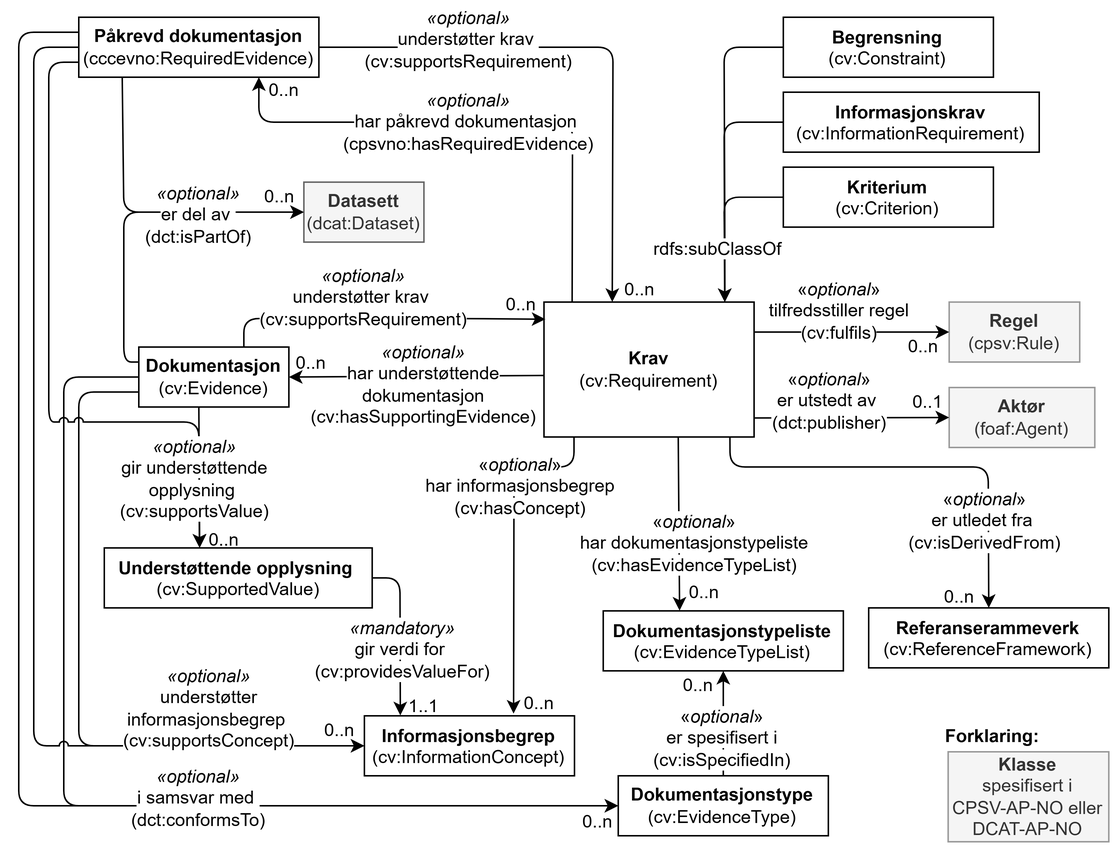
Above: docs/images/CCCEV-AP-NO-klasser.png in Informasjonsforvaltning/cccev-ap-no (draw.io), before the change. Source tidied: cells renumbered, new cells last; positions are measured from the earlier drawing's top-left corner, leaving out a move shared by most shapes.
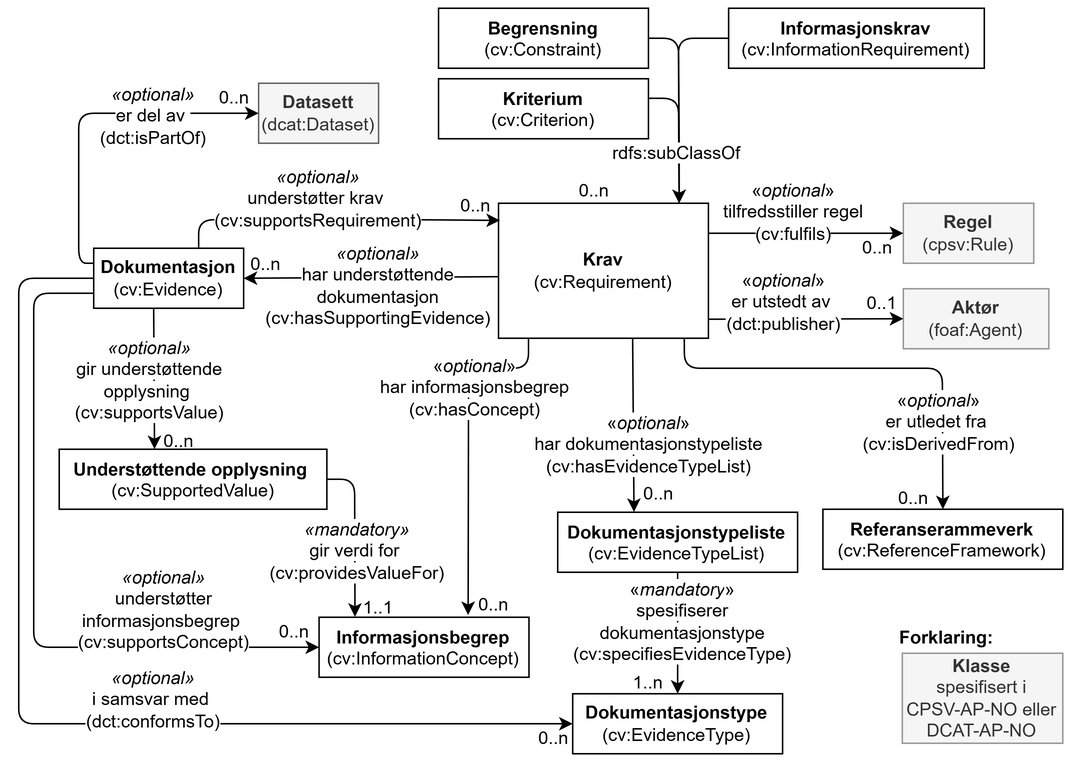
After the commit.

What changed in the source:
```diff
@@ -6,16 +6,16 @@
       <mxGeometry x="350" y="190" width="140" height="90" as="geometry" />
     </mxCell>
     <mxCell id="3" value="&lt;b&gt;Begrensning&lt;/b&gt;&lt;br style=&quot;border-color: rgb(218, 218, 218);&quot;&gt;(cv:Constraint)" style="rounded=0;whiteSpace=wrap;html=1;verticalAlign=top;fontFamily=Helvetica;fontSize=12;fillColor=none;" parent="1" vertex="1">
-      <mxGeometry x="509.5" width="140" height="40" as="geometry" />
+      <mxGeometry x="310" y="60" width="140" height="40" as="geometry" />
     </mxCell>
     <mxCell id="4" value="&lt;b style=&quot;border-color: rgb(218, 218, 218);&quot;&gt;Informasjonsbegrep&lt;/b&gt;&lt;br style=&quot;border-color: rgb(218, 218, 218);&quot;&gt;(cv:InformationConcept)" style="rounded=0;whiteSpace=wrap;html=1;verticalAlign=top;fontFamily=Helvetica;fontSize=12;fillColor=none;" parent="1" vertex="1">
       <mxGeometry x="230.3" y="466" width="140" height="40" as="geometry" />
     </mxCell>
     <mxCell id="5" value="&lt;b style=&quot;border-color: rgb(218, 218, 218);&quot;&gt;Informasjonskrav&lt;/b&gt;&lt;br style=&quot;border-color: rgb(218, 218, 218);&quot;&gt;(cv:InformationRequirement)" style="rounded=0;whiteSpace=wrap;html=1;verticalAlign=top;fontFamily=Helvetica;fontSize=12;fillColor=none;" parent="1" vertex="1">
-      <mxGeometry x="509.5" y="50" width="170.5" height="40" as="geometry" />
+      <mxGeometry x="503.5" y="60" width="170.5" height="40" as="geometry" />
     </mxCell>
     <mxCell id="6" value="&lt;b style=&quot;border-color: rgb(218, 218, 218);&quot;&gt;Kriterium&lt;/b&gt;&lt;br style=&quot;border-color: rgb(218, 218, 218);&quot;&gt;(cv:Criterion)" style="rounded=0;whiteSpace=wrap;html=1;verticalAlign=top;fontFamily=Helvetica;fontSize=12;fillColor=none;" parent="1" vertex="1">
-      <mxGeometry x="509.5" y="100" width="140" height="40" as="geometry" />
+      <mxGeometry x="310" y="107" width="140" height="40" as="geometry" />
     </mxCell>
     <mxCell id="7" value="&lt;b&gt;Dokumentasjonstypeliste&lt;br&gt;&lt;/b&gt;(cv:EvidenceTypeList)" style="rounded=0;whiteSpace=wrap;html=1;verticalAlign=top;fontFamily=Helvetica;fontSize=12;fillColor=none;" parent="1" vertex="1">
       <mxGeometry x="389.5" y="396" width="160" height="40" as="geometry" />
@@ -85,36 +85,34 @@
       <mxGeometry x="610" y="377" width="34" height="20" as="geometry" />
     </mxCell>
     <mxCell id="25" value="&lt;b style=&quot;color: rgb(0, 0, 0);&quot;&gt;Dokumentasjonstype&lt;/b&gt;&lt;br style=&quot;color: rgb(0, 0, 0);&quot;&gt;&lt;span style=&quot;color: rgb(0, 0, 0);&quot;&gt;(cv:EvidenceType)&lt;/span&gt;" style="rounded=0;whiteSpace=wrap;html=1;verticalAlign=middle;strokeColor=#000000;" parent="1" vertex="1">
-      <mxGeometry x="399.5" y="506" width="140" height="40" as="geometry" />
+      <mxGeometry x="399.5" y="517" width="140" height="40" as="geometry" />
     </mxCell>
-    <mxCell id="26" style="endArrow=classic;html=1;rounded=0;exitX=0.5;exitY=0;exitDx=0;exitDy=0;entryX=0.5;entryY=1;entryDx=0;entryDy=0;" parent="1" edge="1" source="25" target="7">
+    <mxCell id="26" style="endArrow=classic;html=1;rounded=0;exitX=0.5;exitY=1;exitDx=0;exitDy=0;entryX=0.5;entryY=0;entryDx=0;entryDy=0;" parent="1" edge="1" source="7" target="25">
       <mxGeometry relative="1" as="geometry" />
     </mxCell>
-    <mxCell id="27" value="&lt;span style=&quot;background-color: rgb(255, 255, 255);&quot;&gt;«&lt;i style=&quot;&quot;&gt;optional&lt;/i&gt;»&lt;br&gt;&lt;span style=&quot;text-align: left;&quot;&gt;er spesifisert i (cv:isSpecifiedIn)&lt;/span&gt;&lt;/span&gt;" style="text;html=1;strokeColor=none;fillColor=none;align=center;verticalAlign=middle;whiteSpace=wrap;rounded=0;" parent="1" vertex="1">
-      <mxGeometry x="414.5" y="456" width="110" height="50" as="geometry" />
-    </mxCell>
-    <mxCell id="28" value="0..n" style="text;html=1;strokeColor=none;fillColor=none;align=center;verticalAlign=middle;whiteSpace=wrap;rounded=0;" parent="1" vertex="1">
-      <mxGeometry x="436.5" y="436" width="34" height="20" as="geometry" />
+    <mxCell id="28" value="1..n" style="text;html=1;strokeColor=none;fillColor=none;align=center;verticalAlign=middle;whiteSpace=wrap;rounded=0;" parent="1" vertex="1">
+      <mxGeometry x="433.5" y="500" width="34" height="20" as="geometry" />
     </mxCell>
     <mxCell id="29" style="endArrow=classic;html=1;rounded=1;exitX=0;exitY=0.5;exitDx=0;exitDy=0;entryX=0.5;entryY=0;entryDx=0;entryDy=0;curved=0;" parent="1" edge="1" source="5">
       <mxGeometry relative="1" as="geometry">
         <mxPoint x="470.5" y="190" as="targetPoint" />
         <Array as="points">
-          <mxPoint x="470" y="70" />
+          <mxPoint x="470" y="80" />
         </Array>
       </mxGeometry>
     </mxCell>
-    <mxCell id="30" style="endArrow=classic;html=1;rounded=1;exitX=0;exitY=0.5;exitDx=0;exitDy=0;curved=0;" parent="1" edge="1" source="3">
+    <mxCell id="30" style="endArrow=classic;html=1;rounded=1;exitX=1;exitY=0.5;exitDx=0;exitDy=0;curved=0;" parent="1" edge="1" source="3">
       <mxGeometry relative="1" as="geometry">
         <mxPoint x="470.5" y="190" as="targetPoint" />
         <Array as="points">
-          <mxPoint x="470" y="20" />
+          <mxPoint x="470" y="80" />
           <mxPoint x="470.5" y="140" />
         </Array>
       </mxGeometry>
     </mxCell>
-    <mxCell id="31" style="endArrow=classic;html=1;rounded=1;entryX=0.5;entryY=0;entryDx=0;entryDy=0;exitX=0;exitY=0.5;exitDx=0;exitDy=0;curved=0;" parent="1" edge="1" source="6">
+    <mxCell id="31" style="endArrow=classic;html=1;rounded=1;entryX=0.5;entryY=0;entryDx=0;entryDy=0;curved=0;" parent="1" edge="1">
       <mxGeometry relative="1" as="geometry">
+        <mxPoint x="450" y="120" as="sourcePoint" />
         <mxPoint x="470.5" y="190" as="targetPoint" />
         <Array as="points">
           <mxPoint x="470" y="120" />
@@ -122,7 +120,7 @@
       </mxGeometry>
     </mxCell>
     <mxCell id="32" value="&lt;span style=&quot;background-color: rgb(255, 255, 255);&quot;&gt;rdfs:subClassOf&lt;/span&gt;" style="text;html=1;strokeColor=none;fillColor=none;align=center;verticalAlign=middle;whiteSpace=wrap;rounded=0;" parent="1" vertex="1">
-      <mxGeometry x="436.5" y="140" width="60" height="30" as="geometry" />
+      <mxGeometry x="439.5" y="142" width="60" height="30" as="geometry" />
     </mxCell>
     <mxCell id="33" value="&lt;b&gt;Dokumentasjon&lt;/b&gt;&lt;br&gt;(cv:Evidence)" style="rounded=0;whiteSpace=wrap;html=1;fillColor=none;strokeColor=#000000;" parent="1" vertex="1">
       <mxGeometry x="80" y="220" width="100" height="40" as="geometry" />
@@ -199,90 +197,31 @@
       <mxGeometry relative="1" as="geometry">
         <Array as="points">
           <mxPoint x="30" y="240" />
-          <mxPoint x="30" y="526" />
+          <mxPoint x="30" y="537" />
         </Array>
       </mxGeometry>
     </mxCell>
     <mxCell id="52" value="0..n" style="text;html=1;strokeColor=none;fillColor=none;align=center;verticalAlign=middle;whiteSpace=wrap;rounded=0;" parent="1" vertex="1">
-      <mxGeometry x="369.3" y="527" width="34" height="20" as="geometry" />
+      <mxGeometry x="370.3" y="537" width="34" height="20" as="geometry" />
     </mxCell>
     <mxCell id="53" value="&lt;span style=&quot;background-color: rgb(255, 255, 255);&quot;&gt;&amp;nbsp;«&lt;i style=&quot;&quot;&gt;optional&lt;/i&gt;»&amp;nbsp;&lt;br&gt;&amp;nbsp;har dokumentasjonstypeliste&amp;nbsp;&lt;br&gt;(cv:hasEvidenceTypeList)&lt;/span&gt;" style="text;html=1;strokeColor=none;fillColor=none;align=center;verticalAlign=middle;whiteSpace=wrap;rounded=0;" parent="1" vertex="1">
       <mxGeometry x="362.2" y="325" width="177.3" height="52" as="geometry" />
     </mxCell>
-    <mxCell id="54" value="&lt;b&gt;Påkrevd dokumentasjon&lt;/b&gt;&lt;br&gt;(cccevno:RequiredEvidence)" style="rounded=0;whiteSpace=wrap;html=1;fillColor=none;strokeColor=#000000;" parent="1" vertex="1">
-      <mxGeometry x="40" width="160" height="40" as="geometry" />
-    </mxCell>
-    <mxCell id="55" style="endArrow=classic;html=1;rounded=1;exitX=1;exitY=0.5;exitDx=0;exitDy=0;entryX=0.325;entryY=-0.001;entryDx=0;entryDy=0;entryPerimeter=0;curved=0;" parent="1" edge="1" source="54" target="2">
-      <mxGeometry relative="1" as="geometry">
-        <Array as="points">
-          <mxPoint x="396" y="20" />
-        </Array>
-      </mxGeometry>
-    </mxCell>
-    <mxCell id="56" style="endArrow=classic;html=1;rounded=1;entryX=0.75;entryY=1;entryDx=0;entryDy=0;curved=0;exitX=0.134;exitY=-0.002;exitDx=0;exitDy=0;exitPerimeter=0;" parent="1" edge="1" source="2" target="54">
-      <mxGeometry relative="1" as="geometry">
-        <Array as="points">
-          <mxPoint x="369" y="70" />
-          <mxPoint x="160" y="70" />
-        </Array>
-      </mxGeometry>
-    </mxCell>
     <mxCell id="57" value="0..n" style="text;html=1;strokeColor=none;fillColor=none;align=center;verticalAlign=middle;whiteSpace=wrap;rounded=0;" parent="1" vertex="1">
       <mxGeometry x="397.5" y="172" width="34" height="20" as="geometry" />
     </mxCell>
-    <mxCell id="58" value="0..n" style="text;html=1;strokeColor=none;fillColor=none;align=center;verticalAlign=middle;whiteSpace=wrap;rounded=0;" parent="1" vertex="1">
-      <mxGeometry x="160" y="39" width="34" height="20" as="geometry" />
-    </mxCell>
-    <mxCell id="59" value="&lt;div&gt;&lt;span style=&quot;background-color: light-dark(#ffffff, var(--ge-dark-color, #121212));&quot;&gt;&amp;nbsp;&lt;i&gt;«optional»&lt;/i&gt;&amp;nbsp;&lt;/span&gt;&lt;/div&gt;&lt;div&gt;&lt;span style=&quot;background-color: light-dark(#ffffff, var(--ge-dark-color, #121212));&quot;&gt;understøtter krav&amp;nbsp;&lt;/span&gt;&lt;/div&gt;&lt;div&gt;&lt;span style=&quot;background-color: light-dark(#ffffff, var(--ge-dark-color, #121212));&quot;&gt;(cv:supportsRequirement)&lt;/span&gt;&lt;/div&gt;" style="text;html=1;whiteSpace=wrap;strokeColor=none;fillColor=none;align=center;verticalAlign=middle;rounded=0;" parent="1" vertex="1">
-      <mxGeometry x="270.3" width="60" height="30" as="geometry" />
-    </mxCell>
-    <mxCell id="60" value="&lt;div&gt;&lt;span style=&quot;background-color: light-dark(#ffffff, var(--ge-dark-color, #121212));&quot;&gt;&amp;nbsp;&lt;i&gt;«optional»&lt;/i&gt;&amp;nbsp;&lt;/span&gt;&lt;/div&gt;&lt;div&gt;&lt;span style=&quot;background-color: light-dark(#ffffff, var(--ge-dark-color, #121212));&quot;&gt;har påkrevd dokumentasjon&amp;nbsp;&lt;/span&gt;&lt;/div&gt;&lt;div&gt;&lt;span style=&quot;background-color: light-dark(#ffffff, var(--ge-dark-color, #121212));&quot;&gt;(cpsvno:hasRequiredEvidence)&lt;/span&gt;&lt;/div&gt;" style="text;html=1;whiteSpace=wrap;strokeColor=none;fillColor=none;align=center;verticalAlign=middle;rounded=0;" parent="1" vertex="1">
-      <mxGeometry x="270" y="55" width="60" height="30" as="geometry" />
-    </mxCell>
-    <mxCell id="61" style="endArrow=classic;html=1;rounded=1;entryX=0;entryY=0.5;entryDx=0;entryDy=0;exitX=0;exitY=0.5;exitDx=0;exitDy=0;curved=0;jumpStyle=arc;" parent="1" edge="1" source="54" target="4">
-      <mxGeometry relative="1" as="geometry">
-        <Array as="points">
-          <mxPoint x="10" y="20" />
-          <mxPoint x="10" y="486" />
-        </Array>
-      </mxGeometry>
-    </mxCell>
     <mxCell id="62" value="&lt;div&gt;&lt;span style=&quot;background-color: light-dark(#ffffff, var(--ge-dark-color, #121212));&quot;&gt;&amp;nbsp;&lt;i&gt;«optional»&lt;/i&gt;&amp;nbsp;&lt;/span&gt;&lt;/div&gt;&lt;div&gt;&lt;span style=&quot;background-color: light-dark(#ffffff, var(--ge-dark-color, #121212));&quot;&gt;understøtter informasjonsbegrep&amp;nbsp;&lt;/span&gt;&lt;/div&gt;&lt;div&gt;&lt;span style=&quot;background-color: light-dark(#ffffff, var(--ge-dark-color, #121212));&quot;&gt;(cv:supportsConcept)&lt;/span&gt;&lt;/div&gt;" style="text;html=1;whiteSpace=wrap;strokeColor=none;fillColor=none;align=center;verticalAlign=middle;rounded=0;" parent="1" vertex="1">
       <mxGeometry x="97.3" y="446" width="60" height="30" as="geometry" />
     </mxCell>
-    <mxCell id="63" style="endArrow=classic;html=1;rounded=1;entryX=0;entryY=0.5;entryDx=0;entryDy=0;exitX=0;exitY=0.25;exitDx=0;exitDy=0;curved=0;jumpStyle=arc;" parent="1" edge="1" source="54" target="25">
-      <mxGeometry relative="1" as="geometry">
-        <Array as="points">
-          <mxPoint y="10" />
-          <mxPoint y="526" />
-        </Array>
-      </mxGeometry>
-    </mxCell>
     <mxCell id="64" value="&lt;div&gt;&lt;span style=&quot;background-color: light-dark(#ffffff, var(--ge-dark-color, #121212));&quot;&gt;&lt;i&gt;«optional»&lt;/i&gt;&lt;/span&gt;&lt;/div&gt;&lt;div&gt;&lt;span style=&quot;background-color: light-dark(#ffffff, var(--ge-dark-color, #121212));&quot;&gt;i samsvar med&amp;nbsp;&lt;/span&gt;&lt;/div&gt;&lt;div&gt;&lt;span style=&quot;background-color: light-dark(#ffffff, var(--ge-dark-color, #121212));&quot;&gt;(dct:conformsTo)&lt;/span&gt;&lt;/div&gt;" style="text;html=1;whiteSpace=wrap;strokeColor=none;fillColor=none;align=center;verticalAlign=middle;rounded=0;" parent="1" vertex="1">
       <mxGeometry x="90" y="506" width="60" height="30" as="geometry" />
     </mxCell>
-    <mxCell id="65" style="endArrow=classic;html=1;rounded=1;exitX=0;exitY=0.75;exitDx=0;exitDy=0;curved=0;jumpStyle=arc;entryX=0.355;entryY=-0.006;entryDx=0;entryDy=0;entryPerimeter=0;" parent="1" edge="1" source="54" target="40">
-      <mxGeometry relative="1" as="geometry">
-        <Array as="points">
-          <mxPoint x="20" y="30" />
-          <mxPoint x="20" y="270" />
-          <mxPoint x="120" y="270" />
-        </Array>
-      </mxGeometry>
-    </mxCell>
     <mxCell id="66" value="&lt;div&gt;&lt;span style=&quot;background-color: light-dark(#ffffff, var(--ge-dark-color, #121212));&quot;&gt;&lt;i&gt;&amp;nbsp;&lt;/i&gt;&lt;/span&gt;&lt;span style=&quot;background-color: light-dark(#ffffff, var(--ge-dark-color, #121212));&quot;&gt;&lt;i&gt;«optional»&lt;/i&gt;&amp;nbsp;&lt;/span&gt;&lt;/div&gt;&lt;div&gt;&lt;span style=&quot;background-color: light-dark(#ffffff, var(--ge-dark-color, #121212));&quot;&gt;gir understøttende&lt;/span&gt;&lt;/div&gt;&lt;div&gt;&lt;span style=&quot;background-color: light-dark(#ffffff, var(--ge-dark-color, #121212));&quot;&gt;opplysning&amp;nbsp;&lt;/span&gt;&lt;/div&gt;&lt;div&gt;&lt;span style=&quot;background-color: light-dark(#ffffff, var(--ge-dark-color, #121212));&quot;&gt;(cv:supportsValue)&lt;/span&gt;&lt;/div&gt;" style="text;html=1;whiteSpace=wrap;strokeColor=none;fillColor=none;align=center;verticalAlign=middle;rounded=0;" parent="1" vertex="1">
       <mxGeometry x="57" y="293" width="120.8" height="30" as="geometry" />
     </mxCell>
     <mxCell id="67" value="&lt;b&gt;Datasett&lt;/b&gt;&lt;div&gt;(dcat:Dataset)&lt;/div&gt;" style="rounded=0;whiteSpace=wrap;html=1;fillColor=#f5f5f5;fontColor=#333333;strokeColor=#666666;" parent="1" vertex="1">
       <mxGeometry x="190" y="110" width="80" height="40" as="geometry" />
     </mxCell>
-    <mxCell id="68" style="endArrow=classic;html=1;rounded=1;entryX=0;entryY=0.5;entryDx=0;entryDy=0;curved=0;exitX=0.181;exitY=1.007;exitDx=0;exitDy=0;exitPerimeter=0;" parent="1" edge="1" source="54" target="67">
-      <mxGeometry relative="1" as="geometry">
-        <Array as="points">
-          <mxPoint x="70" y="130" />
-        </Array>
-      </mxGeometry>
-    </mxCell>
     <mxCell id="69" value="0..n" style="text;html=1;strokeColor=none;fillColor=none;align=center;verticalAlign=middle;whiteSpace=wrap;rounded=0;" parent="1" vertex="1">
       <mxGeometry x="157.3" y="110" width="34" height="20" as="geometry" />
     </mxCell>
@@ -297,5 +236,8 @@
     <mxCell id="71" value="&lt;div&gt;&lt;span style=&quot;background-color: light-dark(#ffffff, var(--ge-dark-color, #121212));&quot;&gt;&amp;nbsp;&lt;i&gt;«optional»&lt;/i&gt;&amp;nbsp;&lt;/span&gt;&lt;/div&gt;&lt;div&gt;&lt;span style=&quot;background-color: light-dark(#ffffff, var(--ge-dark-color, #121212));&quot;&gt;er del av&amp;nbsp;&lt;/span&gt;&lt;/div&gt;&lt;div&gt;&lt;span style=&quot;background-color: light-dark(#ffffff, var(--ge-dark-color, #121212));&quot;&gt;(dct:isPartOf)&lt;/span&gt;&lt;/div&gt;" style="text;html=1;whiteSpace=wrap;strokeColor=none;fillColor=none;align=center;verticalAlign=middle;rounded=0;" parent="1" vertex="1">
       <mxGeometry x="90" y="117" width="60" height="30" as="geometry" />
     </mxCell>
+    <mxCell id="72" value="&lt;span style=&quot;background-color: light-dark(#ffffff, var(--ge-dark-color, #121212));&quot;&gt;&lt;span style=&quot;background-color: rgb(255, 255, 255);&quot;&gt;«&lt;/span&gt;&lt;i style=&quot;&quot;&gt;mandatory&lt;/i&gt;&lt;span style=&quot;background-color: rgb(255, 255, 255);&quot;&gt;»&lt;/span&gt;&lt;br&gt;&lt;/span&gt;&lt;div&gt;&lt;span style=&quot;background-color: light-dark(#ffffff, var(--ge-dark-color, #121212));&quot;&gt;spesifiserer dokumentasjonstype (cv:specifiesEvidenceType)&lt;/span&gt;&lt;/div&gt;" style="text;html=1;whiteSpace=wrap;strokeColor=none;fillColor=none;align=center;verticalAlign=middle;rounded=0;" parent="1" vertex="1">
+      <mxGeometry x="443.5" y="454" width="60" height="30" as="geometry" />
+    </mxCell>
   </root>
 </mxGraphModel>
```
